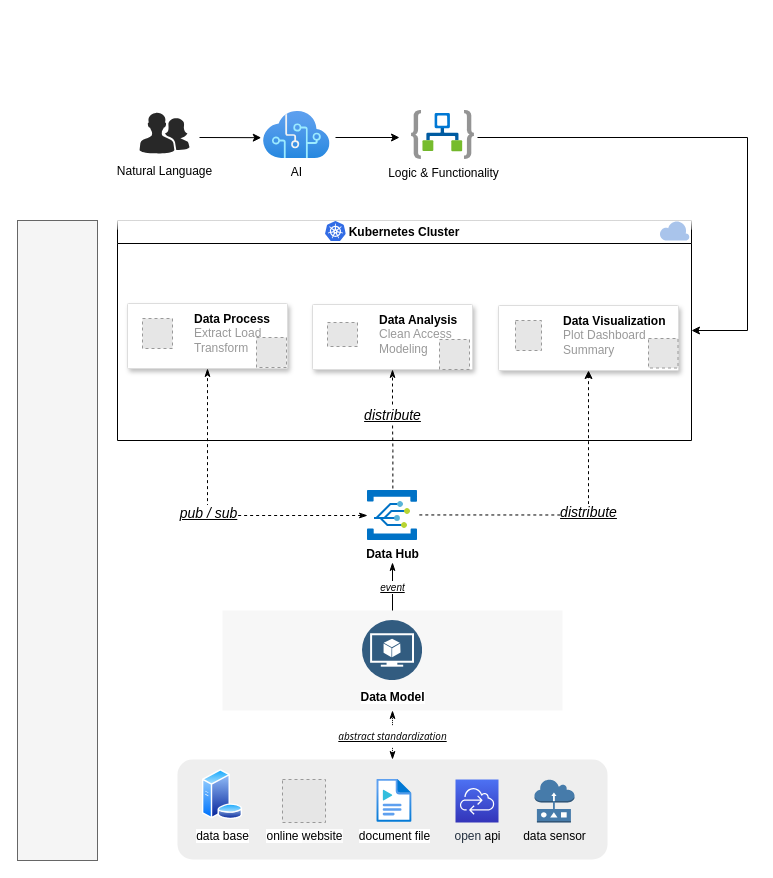
Earlier version of the draw.io diagram rpl.drawio (siruzhong/drawing). Source tidied: cells renumbered, new cells numbered last; positions are measured from the earlier drawing's top-left corner, leaving out a move shared by most shapes. Both pictures are drawn from the tidied source at 100%, with x=0, y=0 at pixel (17, 110). Pictures stored in the file or linked from it are replaced by grey dashed boxes.
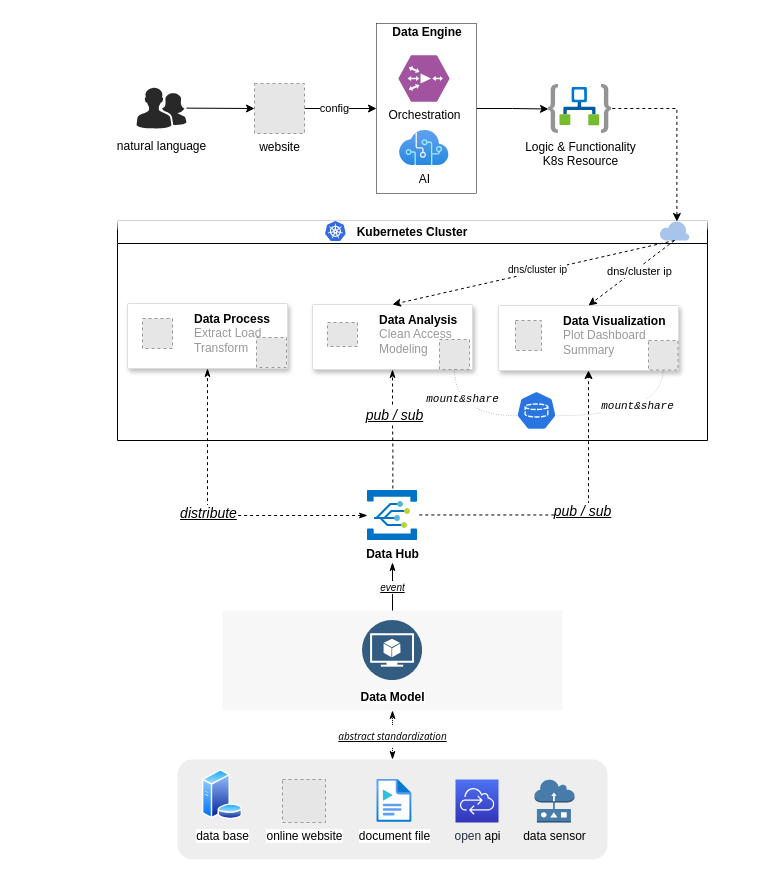
Above is the later version.

Commit message:
add Data Engine

The change refers to these unchanged cells:
```xml
<mxCell id="6" style="strokeColor=#dddddd;shadow=1;strokeWidth=1;rounded=1;absoluteArcSize=1;arcSize=2;" parent="2" vertex="1">
  <mxGeometry x="195" y="84" width="160" height="65" as="geometry" />
</mxCell>
<mxCell id="8" style="fillColor=#E6E6E6;strokeColor=#999999;dashed=1;html=1;verticalAlign=top;verticalLabelPosition=bottom;labelBackgroundColor=#ffffff;" parent="6" vertex="1">
  <mxGeometry x="127" y="35" width="30" height="30" as="geometry" />
</mxCell>
<mxCell id="9" style="strokeColor=#dddddd;shadow=1;strokeWidth=1;rounded=1;absoluteArcSize=1;arcSize=2;" parent="2" vertex="1">
  <mxGeometry x="381" y="85" width="180" height="65" as="geometry" />
</mxCell>
<mxCell id="13" style="verticalLabelPosition=bottom;html=1;verticalAlign=top;align=center;strokeColor=none;fillColor=#A9C4EB;shape=mxgraph.azure.cloud;" parent="2" vertex="1">
  <mxGeometry x="542" width="30" height="20" as="geometry" />
</mxCell>
<mxCell id="25" style="edgeStyle=orthogonalEdgeStyle;rounded=0;jettySize=auto;html=1;entryX=0.5;entryY=1;entryDx=0;entryDy=0;dashed=1;startArrow=classicThin;startFill=1;endArrow=classicThin;endFill=1;" parent="1" edge="1" source="27" target="3">
  <mxGeometry relative="1" as="geometry" />
</mxCell>
<mxCell id="29" style="endArrow=classicThin;html=1;rounded=0;exitX=0.507;exitY=-0.04;exitDx=0;exitDy=0;exitPerimeter=0;entryX=0.5;entryY=1;entryDx=0;entryDy=0;edgeStyle=orthogonalEdgeStyle;startArrow=none;startFill=0;endFill=1;dashed=1;" parent="1" edge="1" source="27" target="6">
  <mxGeometry relative="1" as="geometry">
    <Array as="points">
      <mxPoint x="375" y="340" />
      <mxPoint x="375" y="310" />
      <mxPoint x="390" y="310" />
    </Array>
  </mxGeometry>
</mxCell>
<mxCell id="31" style="endArrow=classic;html=1;rounded=0;exitX=1.036;exitY=0.489;exitDx=0;exitDy=0;exitPerimeter=0;entryX=0.5;entryY=1;entryDx=0;entryDy=0;edgeStyle=orthogonalEdgeStyle;dashed=1;" parent="1" edge="1" source="27" target="9">
  <mxGeometry relative="1" as="geometry" />
</mxCell>
```

The edit, as a diff of the source:
```diff
@@
+    <mxCell id="40" style="edgeStyle=orthogonalEdgeStyle;rounded=0;jettySize=auto;html=1;exitX=1;exitY=0.5;exitDx=0;exitDy=0;" parent="1" edge="1" source="41" target="36">
+      <mxGeometry relative="1" as="geometry" />
+    </mxCell>
+    <mxCell id="41" style="rounded=0;whiteSpace=wrap;html=1;fillColor=#FFFFFF;strokeColor=default;gradientColor=none;strokeWidth=0.5;" parent="1" vertex="1">
+      <mxGeometry x="359" y="-87" width="100" height="170" as="geometry" />
+    </mxCell>
     <mxCell id="2" value="Kubernetes Cluster" style="swimlane;whiteSpace=wrap;html=1;fillColor=default;swimlaneFillColor=none;gradientColor=none;strokeColor=#000000;glass=1;" parent="1" vertex="1">
-      <mxGeometry x="100" y="110" width="574" height="220" as="geometry" />
+      <mxGeometry x="100" y="110" width="590" height="220" as="geometry" />
     </mxCell>
@@
     <mxCell id="11" style="fillColor=#E6E6E6;strokeColor=#999999;dashed=1;html=1;verticalAlign=top;verticalLabelPosition=bottom;labelBackgroundColor=#ffffff;" parent="9" vertex="1">
-      <mxGeometry x="150" y="33" width="29.5" height="29.5" as="geometry" />
+      <mxGeometry x="150" y="35" width="29.5" height="29.5" as="geometry" />
     </mxCell>
@@
+    <mxCell id="42" style="endArrow=classic;html=1;rounded=0;entryX=0.5;entryY=0;entryDx=0;entryDy=0;exitX=0.5;exitY=1;exitDx=0;exitDy=0;exitPerimeter=0;dashed=1;" parent="2" edge="1" source="13" target="9">
+      <mxGeometry relative="1" as="geometry" />
+    </mxCell>
+    <mxCell id="43" value="dns/cluster ip" style="edgeLabel;html=1;align=center;verticalAlign=middle;" parent="42" vertex="1">
+      <mxGeometry x="-0.17" relative="1" as="geometry">
+        <mxPoint y="3" as="offset" />
+      </mxGeometry>
+    </mxCell>
+    <mxCell id="44" style="endArrow=classic;html=1;rounded=0;entryX=0.5;entryY=0;entryDx=0;entryDy=0;exitX=0.5;exitY=1;exitDx=0;exitDy=0;exitPerimeter=0;dashed=1;" parent="2" edge="1" source="13" target="6">
+      <mxGeometry relative="1" as="geometry" />
+    </mxCell>
+    <mxCell id="45" value="&lt;font style=&quot;font-size: 10px;&quot;&gt;dns/cluster ip&lt;br&gt;&lt;/font&gt;" style="edgeLabel;html=1;align=center;verticalAlign=middle;" parent="44" vertex="1">
+      <mxGeometry x="-0.03" y="-3" relative="1" as="geometry" />
+    </mxCell>
+    <mxCell id="46" style="sketch=0;html=1;dashed=0;whitespace=wrap;fillColor=#2875E2;strokeColor=#ffffff;points=[[0.005,0.63,0],[0.1,0.2,0],[0.9,0.2,0],[0.5,0,0],[0.995,0.63,0],[0.72,0.99,0],[0.5,1,0],[0.28,0.99,0]];verticalLabelPosition=bottom;align=center;verticalAlign=top;shape=mxgraph.kubernetes.icon;prIcon=pvc;" parent="2" vertex="1">
+      <mxGeometry x="399" y="170" width="40" height="40" as="geometry" />
+    </mxCell>
+    <mxCell id="47" style="rounded=0;jettySize=auto;html=1;exitX=0.5;exitY=1;exitDx=0;exitDy=0;entryX=0.005;entryY=0.63;entryDx=0;entryDy=0;entryPerimeter=0;edgeStyle=orthogonalEdgeStyle;curved=1;endArrow=none;endFill=0;strokeWidth=0.5;dashed=1;dashPattern=1 4;" parent="2" edge="1" source="8" target="46">
+      <mxGeometry relative="1" as="geometry" />
+    </mxCell>
+    <mxCell id="48" value="&lt;i&gt;&lt;font face=&quot;Courier New&quot;&gt;mount&amp;amp;share&lt;/font&gt;&lt;/i&gt;" style="edgeLabel;html=1;align=center;verticalAlign=middle;" parent="47" vertex="1">
+      <mxGeometry x="-0.47" y="7" relative="1" as="geometry" />
+    </mxCell>
+    <mxCell id="49" style="edgeStyle=orthogonalEdgeStyle;rounded=0;jettySize=auto;html=1;exitX=0.5;exitY=1;exitDx=0;exitDy=0;entryX=0.995;entryY=0.63;entryDx=0;entryDy=0;entryPerimeter=0;curved=1;strokeWidth=0;endArrow=none;endFill=0;dashed=1;dashPattern=1 4;" parent="2" edge="1" source="11" target="46">
+      <mxGeometry relative="1" as="geometry" />
+    </mxCell>
+    <mxCell id="50" value="&lt;i style=&quot;border-color: var(--border-color);&quot;&gt;&lt;font style=&quot;border-color: var(--border-color);&quot; face=&quot;Courier New&quot;&gt;mount&amp;amp;share&lt;/font&gt;&lt;/i&gt;" style="edgeLabel;html=1;align=center;verticalAlign=middle;" parent="49" vertex="1">
+      <mxGeometry x="-0.06" y="-10" relative="1" as="geometry" />
+    </mxCell>
@@
-    <mxCell id="26" value="&lt;font size=&quot;1&quot; style=&quot;&quot;&gt;&lt;i style=&quot;&quot;&gt;&lt;u style=&quot;font-size: 14px;&quot;&gt;pub / sub&lt;/u&gt;&lt;/i&gt;&lt;/font&gt;" style="edgeLabel;html=1;align=center;verticalAlign=middle;" parent="25" vertex="1">
+    <mxCell id="26" value="&lt;i style=&quot;border-color: var(--border-color); font-size: 14px;&quot;&gt;&lt;u style=&quot;border-color: var(--border-color);&quot;&gt;distribute&lt;/u&gt;&lt;/i&gt;" style="edgeLabel;html=1;align=center;verticalAlign=middle;" parent="25" vertex="1">
       <mxGeometry x="-0.1" y="1" relative="1" as="geometry">
         <mxPoint x="-22" y="-4" as="offset" />
       </mxGeometry>
     </mxCell>
@@
-    <mxCell id="30" value="&lt;font style=&quot;font-size: 14px;&quot;&gt;&lt;i&gt;&lt;u&gt;distribute&lt;/u&gt;&lt;/i&gt;&lt;/font&gt;" style="edgeLabel;html=1;align=center;verticalAlign=middle;" parent="29" vertex="1">
-      <mxGeometry x="0.25" y="1" relative="1" as="geometry" />
-    </mxCell>
+    <mxCell id="51" value="&lt;i style=&quot;border-color: var(--border-color); font-size: x-small;&quot;&gt;&lt;u style=&quot;border-color: var(--border-color); font-size: 14px;&quot;&gt;pub / sub&lt;/u&gt;&lt;/i&gt;" style="edgeLabel;html=1;align=center;verticalAlign=middle;" parent="29" vertex="1">
+      <mxGeometry x="0.24" y="-1" relative="1" as="geometry" />
+    </mxCell>
@@
-    <mxCell id="32" value="&lt;font style=&quot;font-size: 14px;&quot;&gt;&lt;i&gt;&lt;u&gt;distribute&lt;/u&gt;&lt;/i&gt;&lt;/font&gt;" style="edgeLabel;html=1;align=center;verticalAlign=middle;" parent="31" vertex="1">
-      <mxGeometry x="-0.41" y="3" relative="1" as="geometry">
-        <mxPoint x="76" as="offset" />
-      </mxGeometry>
-    </mxCell>
-    <mxCell id="33" style="rounded=0;whiteSpace=wrap;html=1;fillColor=#f5f5f5;strokeColor=#666666;fontColor=#333333;" parent="1" vertex="1">
-      <mxGeometry y="110" width="80" height="640" as="geometry" />
-    </mxCell>
+    <mxCell id="52" value="&lt;i style=&quot;border-color: var(--border-color); font-size: x-small;&quot;&gt;&lt;u style=&quot;border-color: var(--border-color); font-size: 14px;&quot;&gt;pub / sub&lt;/u&gt;&lt;/i&gt;" style="edgeLabel;html=1;align=center;verticalAlign=middle;" parent="31" vertex="1">
+      <mxGeometry x="0.04" y="4" relative="1" as="geometry" />
+    </mxCell>
     <mxCell id="34" value="AI" style="image;html=1;points=[];align=center;fontSize=12;image=img/lib/azure2/ai_machine_learning/Cognitive_Services.svg;" parent="1" vertex="1">
-      <mxGeometry x="246" y="1" width="66.6" height="47" as="geometry" />
+      <mxGeometry x="382" y="20" width="49.6" height="35" as="geometry" />
     </mxCell>
+    <mxCell id="53" style="rounded=0;jettySize=auto;html=1;entryX=0;entryY=0.5;entryDx=0;entryDy=0;" parent="1" edge="1" source="35" target="56">
+      <mxGeometry relative="1" as="geometry" />
+    </mxCell>
-    <mxCell id="35" value="&lt;a style=&quot;box-sizing: border-box; cursor: pointer; outline: currentcolor; line-height: 22.5px; text-align: start;&quot; class=&quot;color_pc_blue_text&quot;&gt;&lt;font style=&quot;font-size: 12px;&quot;&gt;Natural Language&lt;/font&gt;&lt;/a&gt;" style="verticalLabelPosition=bottom;sketch=0;html=1;fillColor=#282828;strokeColor=none;verticalAlign=top;align=center;shape=mxgraph.cisco_safe.people_places_things_icons.icon2;" parent="1" vertex="1">
-      <mxGeometry x="122" y="2" width="50" height="41" as="geometry" />
+    <mxCell id="35" value="&lt;a style=&quot;border-color: var(--border-color); box-sizing: border-box; cursor: pointer; outline: currentcolor; line-height: 22.5px; text-align: start;&quot; class=&quot;color_pc_blue_text&quot;&gt;&lt;font style=&quot;border-color: var(--border-color);&quot;&gt;&lt;span style=&quot;border-color: var(--border-color);&quot;&gt;&lt;span style=&quot;border-color: var(--border-color);&quot;&gt;natural language&lt;/span&gt;&lt;/span&gt;&lt;/font&gt;&lt;/a&gt;" style="verticalLabelPosition=bottom;sketch=0;html=1;fillColor=#282828;strokeColor=none;verticalAlign=top;align=center;shape=mxgraph.cisco_safe.people_places_things_icons.icon2;" parent="1" vertex="1">
+      <mxGeometry x="119" y="-23" width="50" height="41" as="geometry" />
     </mxCell>
-    <mxCell id="36" value="Logic &amp;amp; Functionality" style="image;html=1;points=[];align=center;fontSize=12;image=img/lib/azure2/iot/Logic_Apps.svg;" parent="1" vertex="1">
-      <mxGeometry x="394" width="63" height="48.9" as="geometry" />
+    <mxCell id="36" value="Logic &amp;amp; Functionality&lt;br&gt;K8s Resource" style="image;html=1;points=[];align=center;fontSize=12;image=img/lib/azure2/iot/Logic_Apps.svg;" parent="1" vertex="1">
+      <mxGeometry x="531" y="-26" width="63" height="48.9" as="geometry" />
     </mxCell>
-    <mxCell id="37" style="endArrow=classic;html=1;rounded=0;entryX=-0.034;entryY=0.557;entryDx=0;entryDy=0;entryPerimeter=0;" parent="1" edge="1" target="34">
-      <mxGeometry relative="1" as="geometry">
-        <mxPoint x="182" y="27" as="sourcePoint" />
-      </mxGeometry>
-    </mxCell>
-    <mxCell id="38" style="endArrow=classic;html=1;rounded=0;" parent="1" edge="1">
-      <mxGeometry relative="1" as="geometry">
-        <mxPoint x="318" y="27" as="sourcePoint" />
-        <mxPoint x="382" y="27" as="targetPoint" />
-      </mxGeometry>
-    </mxCell>
-    <mxCell id="39" style="endArrow=classic;html=1;rounded=0;entryX=1;entryY=0.5;entryDx=0;entryDy=0;edgeStyle=orthogonalEdgeStyle;" parent="1" edge="1" target="2">
-      <mxGeometry relative="1" as="geometry">
-        <mxPoint x="460" y="27" as="sourcePoint" />
-        <Array as="points">
-          <mxPoint x="730" y="27" />
-          <mxPoint x="730" y="220" />
-        </Array>
-      </mxGeometry>
-    </mxCell>
+    <mxCell id="54" style="edgeStyle=orthogonalEdgeStyle;rounded=0;jettySize=auto;html=1;exitX=1;exitY=0.5;exitDx=0;exitDy=0;" parent="1" edge="1" source="56" target="41">
+      <mxGeometry relative="1" as="geometry" />
+    </mxCell>
+    <mxCell id="55" value="config" style="edgeLabel;html=1;align=center;verticalAlign=middle;" parent="54" vertex="1">
+      <mxGeometry x="-0.2" y="1" relative="1" as="geometry" />
+    </mxCell>
+    <mxCell id="56" value="website" style="fillColor=#E6E6E6;strokeColor=#999999;dashed=1;html=1;verticalAlign=top;verticalLabelPosition=bottom;labelBackgroundColor=#ffffff;" parent="1" vertex="1">
+      <mxGeometry x="237" y="-27" width="50" height="50" as="geometry" />
+    </mxCell>
+    <mxCell id="57" value="Orchestration" style="verticalLabelPosition=bottom;sketch=0;html=1;fillColor=#A153A0;strokeColor=#ffffff;verticalAlign=top;align=center;shape=mxgraph.cisco_safe.compositeIcon;bgIcon=mxgraph.cisco_safe.design.blank_device;resIcon=mxgraph.cisco_safe.design.wide_area_application_engine;" parent="1" vertex="1">
+      <mxGeometry x="381" y="-55" width="51" height="46" as="geometry" />
+    </mxCell>
+    <mxCell id="58" style="endArrow=classic;html=1;rounded=0;exitX=1.013;exitY=0.491;exitDx=0;exitDy=0;exitPerimeter=0;edgeStyle=orthogonalEdgeStyle;dashed=1;entryX=0.58;entryY=0.05;entryDx=0;entryDy=0;entryPerimeter=0;" parent="1" edge="1" target="13">
+      <mxGeometry relative="1" as="geometry">
+        <mxPoint x="594.8" y="-2" as="sourcePoint" />
+        <Array as="points">
+          <mxPoint x="660" y="-2" />
+          <mxPoint x="660" y="111" />
+        </Array>
+      </mxGeometry>
+    </mxCell>
+    <mxCell id="59" value="&lt;b&gt;Data Engine&lt;/b&gt;" style="text;html=1;strokeColor=none;fillColor=none;align=center;verticalAlign=middle;whiteSpace=wrap;rounded=0;" parent="1" vertex="1">
+      <mxGeometry x="370" y="-93" width="80" height="30" as="geometry" />
+    </mxCell>
```
